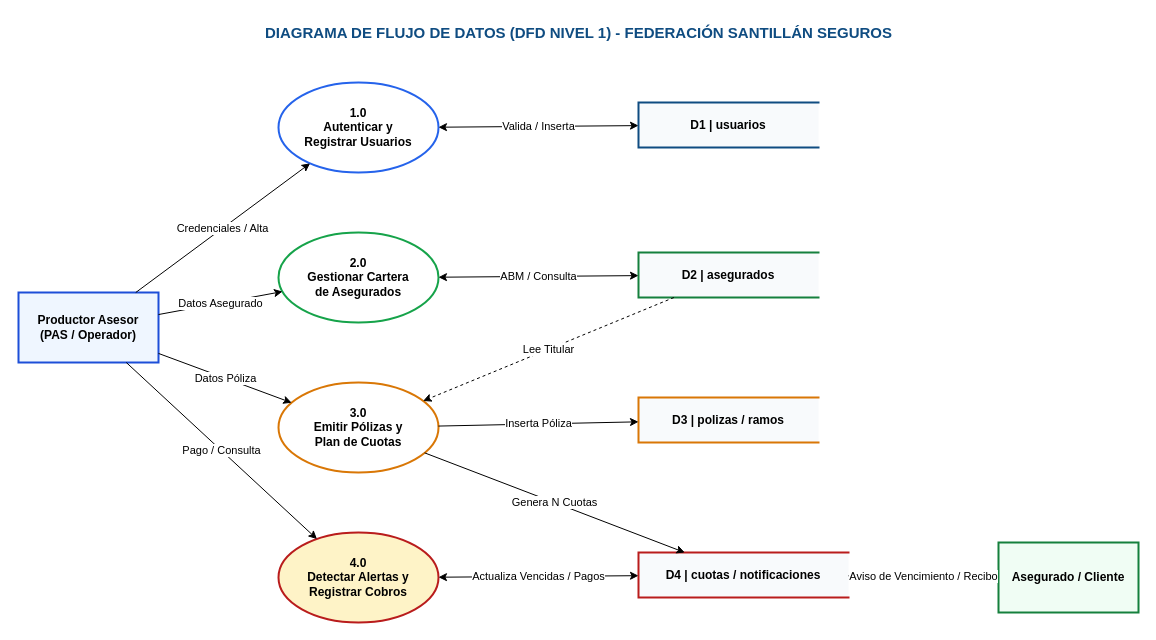
Above: diagramas/06_DFD_Nivel_1.drawio in nedder3/santillan-seguros (draw.io), before the change. Source tidied: cells renumbered, new cells numbered last; positions are measured from the earlier drawing's top-left corner, leaving out a move shared by most shapes. Both pictures are drawn from the tidied source at 100%, with x=0, y=0 at pixel (18, 17).
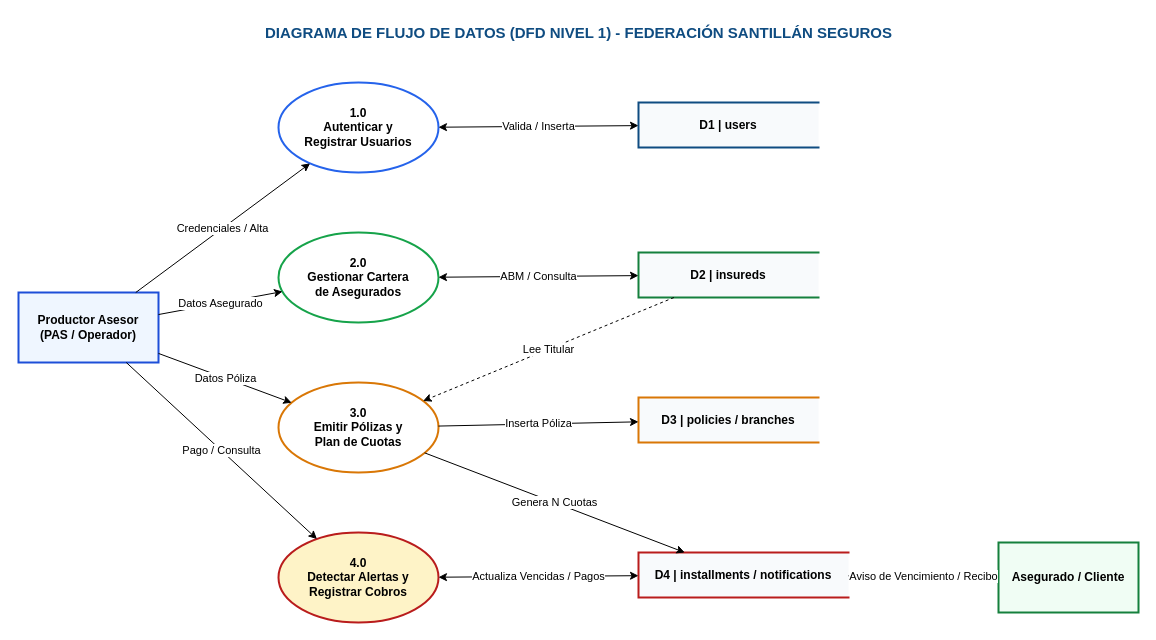
After the change.

Change to the diagram source:
```diff
@@
-    <mxCell id="9" value="D1 | usuarios" style="shape=partialRectangle;whiteSpace=wrap;html=1;top=1;bottom=1;left=1;right=0;fillColor=#f8fafc;strokeColor=#0f4c81;strokeWidth=2;fontStyle=1;" parent="1" vertex="1">
+    <mxCell id="9" value="D1 | users" style="shape=partialRectangle;whiteSpace=wrap;html=1;top=1;bottom=1;left=1;right=0;fillColor=#f8fafc;strokeColor=#0f4c81;strokeWidth=2;fontStyle=1;" parent="1" vertex="1">
       <mxGeometry x="620" y="85" width="180" height="45" as="geometry" />
     </mxCell>
-    <mxCell id="10" value="D2 | asegurados" style="shape=partialRectangle;whiteSpace=wrap;html=1;top=1;bottom=1;left=1;right=0;fillColor=#f8fafc;strokeColor=#15803d;strokeWidth=2;fontStyle=1;" parent="1" vertex="1">
+    <mxCell id="10" value="D2 | insureds" style="shape=partialRectangle;whiteSpace=wrap;html=1;top=1;bottom=1;left=1;right=0;fillColor=#f8fafc;strokeColor=#15803d;strokeWidth=2;fontStyle=1;" parent="1" vertex="1">
       <mxGeometry x="620" y="235" width="180" height="45" as="geometry" />
     </mxCell>
-    <mxCell id="11" value="D3 | polizas / ramos" style="shape=partialRectangle;whiteSpace=wrap;html=1;top=1;bottom=1;left=1;right=0;fillColor=#f8fafc;strokeColor=#d97706;strokeWidth=2;fontStyle=1;" parent="1" vertex="1">
+    <mxCell id="11" value="D3 | policies / branches" style="shape=partialRectangle;whiteSpace=wrap;html=1;top=1;bottom=1;left=1;right=0;fillColor=#f8fafc;strokeColor=#d97706;strokeWidth=2;fontStyle=1;" parent="1" vertex="1">
       <mxGeometry x="620" y="380" width="180" height="45" as="geometry" />
     </mxCell>
-    <mxCell id="12" value="D4 | cuotas / notificaciones" style="shape=partialRectangle;whiteSpace=wrap;html=1;top=1;bottom=1;left=1;right=0;fillColor=#f8fafc;strokeColor=#b91c1c;strokeWidth=2;fontStyle=1;" parent="1" vertex="1">
+    <mxCell id="12" value="D4 | installments / notifications" style="shape=partialRectangle;whiteSpace=wrap;html=1;top=1;bottom=1;left=1;right=0;fillColor=#f8fafc;strokeColor=#b91c1c;strokeWidth=2;fontStyle=1;" parent="1" vertex="1">
       <mxGeometry x="620" y="535" width="210" height="45" as="geometry" />
     </mxCell>
```
